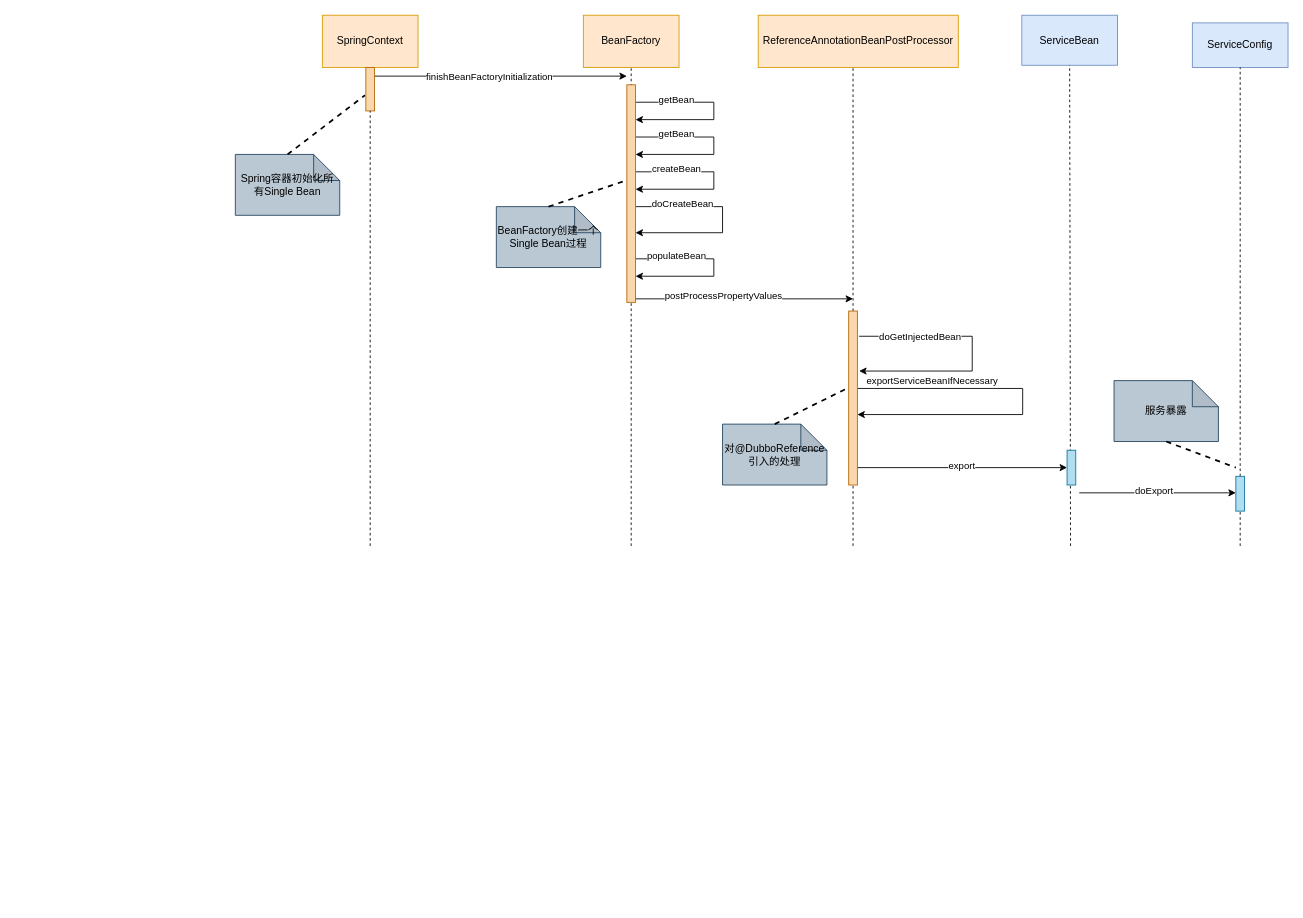
Before: dubbo-study.drawio in fufengchang/draw-diagrams, a draw.io diagram. Source tidied: cells renumbered, new cells numbered last; positions are measured from the earlier drawing's top-left corner, leaving out a move shared by most shapes. Both pictures are drawn from the tidied source at 87%, with x=0, y=0 at pixel (235, 15).
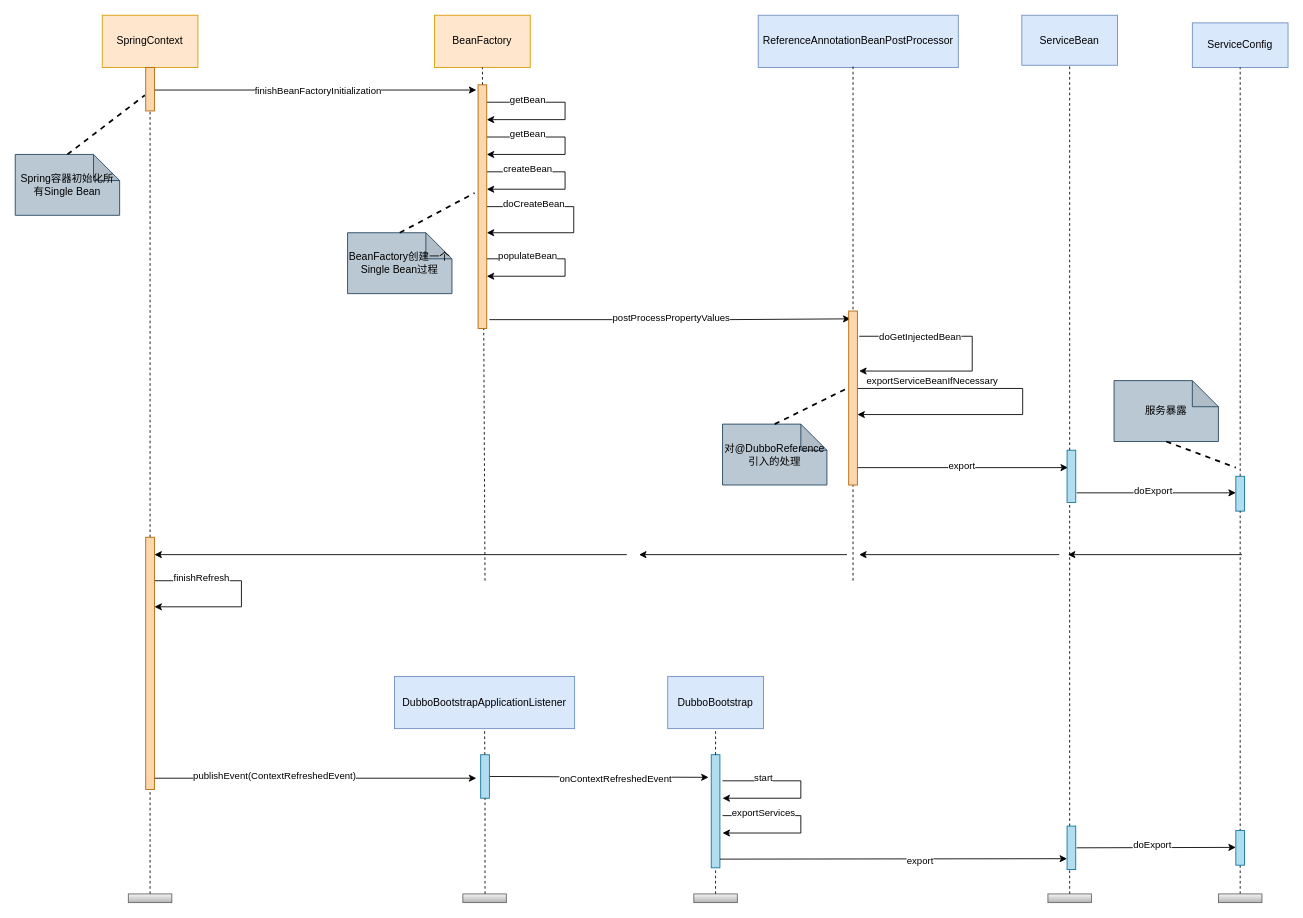
The same diagram, later.

The change refers to these unchanged cells:
```xml
<mxCell id="4" value="ServiceBean" style="whiteSpace=wrap;html=1;fillColor=#dae8fc;strokeColor=#6c8ebf;" parent="1" vertex="1">
  <mxGeometry x="904" width="110" height="57.5" as="geometry" />
</mxCell>
<mxCell id="51" style="rounded=0;whiteSpace=wrap;html=1;fillColor=#fad7ac;strokeColor=#b46504;" parent="1" vertex="1">
  <mxGeometry x="705" y="340" width="10" height="200" as="geometry" />
</mxCell>
<mxCell id="53" style="rounded=0;whiteSpace=wrap;html=1;fillColor=#b1ddf0;strokeColor=#10739e;" parent="1" vertex="1">
  <mxGeometry x="1150" y="530" width="10" height="40" as="geometry" />
</mxCell>
```

Diff of the diagram source:
```diff
@@
     <mxCell id="2" value="SpringContext" style="whiteSpace=wrap;html=1;fillColor=#ffe6cc;strokeColor=#d79b00;" parent="1" vertex="1">
-      <mxGeometry x="100" width="110" height="60" as="geometry" />
+      <mxGeometry x="-153" width="110" height="60" as="geometry" />
     </mxCell>
-    <mxCell id="3" value="ReferenceAnnotationBeanPostProcessor" style="whiteSpace=wrap;html=1;fillColor=#ffe6cc;strokeColor=#d79b00;" parent="1" vertex="1">
+    <mxCell id="3" value="ReferenceAnnotationBeanPostProcessor" style="whiteSpace=wrap;html=1;fillColor=#dae8fc;strokeColor=#6c8ebf;" parent="1" vertex="1">
       <mxGeometry x="601" width="230" height="60" as="geometry" />
     </mxCell>
@@
     <mxCell id="6" style="endArrow=none;html=1;rounded=0;entryX=0.474;entryY=0.985;entryDx=0;entryDy=0;entryPerimeter=0;dashed=1;" parent="1" edge="1" target="3">
       <mxGeometry relative="1" as="geometry">
-        <mxPoint x="710" y="610" as="sourcePoint" />
+        <mxPoint x="710" y="650" as="sourcePoint" />
       </mxGeometry>
     </mxCell>
@@
-    <mxCell id="12" style="endArrow=classic;html=1;rounded=0;entryX=0;entryY=0.5;entryDx=0;entryDy=0;" parent="1" edge="1" target="52">
+    <mxCell id="12" style="endArrow=classic;html=1;rounded=0;" parent="1" edge="1">
       <mxGeometry relative="1" as="geometry">
         <mxPoint x="710" y="520" as="sourcePoint" />
+        <mxPoint x="957" y="520" as="targetPoint" />
       </mxGeometry>
     </mxCell>
@@
-    <mxCell id="14" style="endArrow=classic;html=1;rounded=0;edgeStyle=elbowEdgeStyle;" parent="1" edge="1">
+    <mxCell id="14" style="endArrow=classic;html=1;rounded=0;exitX=1;exitY=0.5;exitDx=0;exitDy=0;" parent="1" edge="1">
       <mxGeometry relative="1" as="geometry">
-        <mxPoint x="160" y="70" as="sourcePoint" />
-        <mxPoint x="450" y="70" as="targetPoint" />
-        <Array as="points">
-          <mxPoint x="350" y="90" />
-        </Array>
+        <mxPoint x="-93" y="86" as="sourcePoint" />
+        <mxPoint x="277" y="86" as="targetPoint" />
       </mxGeometry>
     </mxCell>
     <mxCell id="15" value="finishBeanFactoryInitialization" style="edgeLabel;html=1;align=center;verticalAlign=middle;" parent="14" vertex="1">
       <mxGeometry x="0.17" y="3" relative="1" as="geometry">
-        <mxPoint x="-39" y="3" as="offset" />
+        <mxPoint x="-29" y="3" as="offset" />
       </mxGeometry>
     </mxCell>
     <mxCell id="16" style="endArrow=classic;html=1;rounded=0;edgeStyle=elbowEdgeStyle;" parent="1" edge="1">
       <mxGeometry relative="1" as="geometry">
-        <mxPoint x="460" y="140" as="sourcePoint" />
-        <mxPoint x="460" y="160" as="targetPoint" />
+        <mxPoint x="289" y="140" as="sourcePoint" />
+        <mxPoint x="289" y="160" as="targetPoint" />
         <Array as="points">
-          <mxPoint x="550" y="150" />
+          <mxPoint x="379" y="150" />
         </Array>
       </mxGeometry>
     </mxCell>
@@
     <mxCell id="19" style="endArrow=classic;html=1;rounded=0;edgeStyle=elbowEdgeStyle;" parent="1" edge="1">
       <mxGeometry relative="1" as="geometry">
-        <mxPoint x="460" y="180" as="sourcePoint" />
-        <mxPoint x="460" y="200" as="targetPoint" />
+        <mxPoint x="289" y="180" as="sourcePoint" />
+        <mxPoint x="289" y="200" as="targetPoint" />
         <Array as="points">
-          <mxPoint x="550" y="190" />
+          <mxPoint x="379" y="190" />
         </Array>
       </mxGeometry>
     </mxCell>
@@
     <mxCell id="22" style="endArrow=classic;html=1;rounded=0;edgeStyle=elbowEdgeStyle;" parent="1" edge="1">
       <mxGeometry relative="1" as="geometry">
-        <mxPoint x="460" y="220" as="sourcePoint" />
-        <mxPoint x="460" y="250" as="targetPoint" />
+        <mxPoint x="289" y="220" as="sourcePoint" />
+        <mxPoint x="289" y="250" as="targetPoint" />
         <Array as="points">
-          <mxPoint x="560" y="240" />
+          <mxPoint x="389" y="240" />
         </Array>
       </mxGeometry>
     </mxCell>
@@
     <mxCell id="25" value="BeanFactory" style="whiteSpace=wrap;html=1;fillColor=#ffe6cc;strokeColor=#d79b00;" parent="1" vertex="1">
-      <mxGeometry x="400" width="110" height="60" as="geometry" />
+      <mxGeometry x="229" width="110" height="60" as="geometry" />
     </mxCell>
     <mxCell id="26" style="endArrow=classic;html=1;rounded=0;edgeStyle=elbowEdgeStyle;" parent="1" edge="1">
       <mxGeometry relative="1" as="geometry">
-        <mxPoint x="460" y="100" as="sourcePoint" />
-        <mxPoint x="460" y="120" as="targetPoint" />
+        <mxPoint x="289" y="100" as="sourcePoint" />
+        <mxPoint x="289" y="120" as="targetPoint" />
         <Array as="points">
-          <mxPoint x="550" y="110" />
+          <mxPoint x="379" y="110" />
         </Array>
       </mxGeometry>
     </mxCell>
@@
     <mxCell id="29" style="endArrow=classic;html=1;rounded=0;edgeStyle=elbowEdgeStyle;" parent="1" edge="1">
       <mxGeometry relative="1" as="geometry">
-        <mxPoint x="460" y="280" as="sourcePoint" />
-        <mxPoint x="460" y="300" as="targetPoint" />
+        <mxPoint x="289" y="280" as="sourcePoint" />
+        <mxPoint x="289" y="300" as="targetPoint" />
         <Array as="points">
-          <mxPoint x="550" y="290" />
+          <mxPoint x="379" y="290" />
         </Array>
       </mxGeometry>
     </mxCell>
@@
-    <mxCell id="32" style="endArrow=classic;html=1;rounded=0;edgeStyle=elbowEdgeStyle;" parent="1" edge="1">
+    <mxCell id="32" style="endArrow=classic;html=1;rounded=0;edgeStyle=elbowEdgeStyle;entryX=0.2;entryY=0.045;entryDx=0;entryDy=0;entryPerimeter=0;exitX=1.3;exitY=0.964;exitDx=0;exitDy=0;exitPerimeter=0;" parent="1" edge="1" source="50" target="51">
       <mxGeometry relative="1" as="geometry">
-        <mxPoint x="460" y="326" as="sourcePoint" />
-        <mxPoint x="710" y="326" as="targetPoint" />
         <Array as="points">
-          <mxPoint x="550" y="336" />
+          <mxPoint x="560.5" y="350" />
         </Array>
       </mxGeometry>
     </mxCell>
     <mxCell id="33" style="edgeLabel;html=1;align=center;verticalAlign=middle;" parent="32" vertex="1">
       <mxGeometry x="0.17" y="3" relative="1" as="geometry">
-        <mxPoint x="-85" y="-43" as="offset" />
+        <mxPoint x="-256" y="-43" as="offset" />
       </mxGeometry>
     </mxCell>
     <mxCell id="34" value="postProcessPropertyValues" style="edgeLabel;html=1;align=center;verticalAlign=middle;" parent="32" vertex="1">
       <mxGeometry x="-0.54" y="4" relative="1" as="geometry">
-        <mxPoint x="43" as="offset" />
+        <mxPoint x="112" y="2" as="offset" />
       </mxGeometry>
     </mxCell>
@@
     <mxCell id="36" style="endArrow=none;html=1;rounded=0;entryX=0.5;entryY=1;entryDx=0;entryDy=0;dashed=1;startArrow=none;" parent="1" edge="1" target="4">
       <mxGeometry relative="1" as="geometry">
-        <mxPoint x="960" y="610" as="sourcePoint" />
+        <mxPoint x="959" y="1010" as="sourcePoint" />
       </mxGeometry>
     </mxCell>
     <mxCell id="37" style="endArrow=none;html=1;rounded=0;entryX=0.5;entryY=1;entryDx=0;entryDy=0;dashed=1;" parent="1" edge="1" target="25">
       <mxGeometry relative="1" as="geometry">
-        <mxPoint x="455" y="610" as="sourcePoint" />
+        <mxPoint x="287" y="650" as="sourcePoint" />
       </mxGeometry>
     </mxCell>
     <mxCell id="38" style="endArrow=classic;html=1;rounded=0;" parent="1" edge="1">
       <mxGeometry relative="1" as="geometry">
-        <mxPoint x="970" y="549" as="sourcePoint" />
+        <mxPoint x="967" y="549" as="sourcePoint" />
         <mxPoint x="1150" y="549" as="targetPoint" />
       </mxGeometry>
     </mxCell>
@@
     <mxCell id="40" value="Spring容器初始化所有Single Bean" style="shape=note;whiteSpace=wrap;html=1;backgroundOutline=1;darkOpacity=0.05;fillColor=#bac8d3;strokeColor=#23445d;" parent="1" vertex="1">
-      <mxGeometry y="160" width="120" height="70" as="geometry" />
+      <mxGeometry x="-253" y="160" width="120" height="70" as="geometry" />
     </mxCell>
@@
     <mxCell id="42" value="BeanFactory创建一个Single Bean过程" style="shape=note;whiteSpace=wrap;html=1;backgroundOutline=1;darkOpacity=0.05;fillColor=#bac8d3;strokeColor=#23445d;" parent="1" vertex="1">
-      <mxGeometry x="300" y="220" width="120" height="70" as="geometry" />
+      <mxGeometry x="129" y="250" width="120" height="70" as="geometry" />
     </mxCell>
@@
+    <mxCell id="55" style="edgeStyle=elbowEdgeStyle;rounded=0;jettySize=auto;html=1;strokeWidth=2;" parent="1" edge="1" source="48" target="2">
+      <mxGeometry relative="1" as="geometry" />
+    </mxCell>
+    <mxCell id="56" style="edgeStyle=elbowEdgeStyle;rounded=0;jettySize=auto;html=1;strokeWidth=2;" parent="1" edge="1" source="48" target="2">
+      <mxGeometry relative="1" as="geometry" />
+    </mxCell>
     <mxCell id="48" style="rounded=0;whiteSpace=wrap;html=1;fillColor=#fad7ac;strokeColor=#b46504;" parent="1" vertex="1">
-      <mxGeometry x="150" y="60" width="10" height="50" as="geometry" />
+      <mxGeometry x="-103" y="60" width="10" height="50" as="geometry" />
     </mxCell>
-    <mxCell id="49" style="endArrow=none;html=1;rounded=0;entryX=0.5;entryY=1;entryDx=0;entryDy=0;dashed=1;" parent="1" edge="1" target="48">
-      <mxGeometry relative="1" as="geometry">
-        <mxPoint x="155" y="610" as="sourcePoint" />
-      </mxGeometry>
+    <mxCell id="49" style="endArrow=none;html=1;rounded=0;entryX=0.5;entryY=1;entryDx=0;entryDy=0;dashed=1;startArrow=none;" parent="1" edge="1" source="75" target="48">
+      <mxGeometry relative="1" as="geometry" />
     </mxCell>
     <mxCell id="50" style="rounded=0;whiteSpace=wrap;html=1;fillColor=#fad7ac;strokeColor=#b46504;" parent="1" vertex="1">
-      <mxGeometry x="450" y="80" width="10" height="250" as="geometry" />
+      <mxGeometry x="279" y="80" width="10" height="280" as="geometry" />
     </mxCell>
@@
     <mxCell id="52" style="rounded=0;whiteSpace=wrap;html=1;fillColor=#b1ddf0;strokeColor=#10739e;" parent="1" vertex="1">
-      <mxGeometry x="956" y="500" width="10" height="40" as="geometry" />
+      <mxGeometry x="956" y="500" width="10" height="60" as="geometry" />
     </mxCell>
@@
     <mxCell id="54" style="endArrow=none;html=1;rounded=0;entryX=0.5;entryY=1;entryDx=0;entryDy=0;dashed=1;" parent="1" edge="1" target="53">
       <mxGeometry relative="1" as="geometry">
-        <mxPoint x="1155" y="610" as="sourcePoint" />
+        <mxPoint x="1155" y="1010" as="sourcePoint" />
       </mxGeometry>
     </mxCell>
+    <mxCell id="57" value="DubboBootstrapApplicationListener" style="whiteSpace=wrap;html=1;fillColor=#dae8fc;strokeColor=#6c8ebf;" parent="1" vertex="1">
+      <mxGeometry x="183" y="760" width="207" height="60" as="geometry" />
+    </mxCell>
+    <mxCell id="58" style="endArrow=none;html=1;rounded=0;entryX=0.5;entryY=1;entryDx=0;entryDy=0;dashed=1;startArrow=none;" parent="1" edge="1" source="61" target="57">
+      <mxGeometry relative="1" as="geometry" />
+    </mxCell>
+    <mxCell id="59" style="edgeStyle=none;rounded=0;jettySize=auto;html=1;exitX=1;exitY=0.5;exitDx=0;exitDy=0;strokeWidth=1;entryX=-0.3;entryY=0.2;entryDx=0;entryDy=0;entryPerimeter=0;" parent="1" edge="1" source="61" target="74">
+      <mxGeometry relative="1" as="geometry" />
+    </mxCell>
+    <mxCell id="60" value="onContextRefreshedEvent" style="edgeLabel;html=1;align=center;verticalAlign=middle;" parent="59" vertex="1">
+      <mxGeometry x="0.15" y="-2" relative="1" as="geometry" />
+    </mxCell>
+    <mxCell id="61" style="rounded=0;whiteSpace=wrap;html=1;fillColor=#b1ddf0;strokeColor=#10739e;" parent="1" vertex="1">
+      <mxGeometry x="282" y="850" width="10" height="50" as="geometry" />
+    </mxCell>
+    <mxCell id="62" style="endArrow=classic;html=1;rounded=0;strokeWidth=1;" parent="1" edge="1">
+      <mxGeometry relative="1" as="geometry">
+        <mxPoint x="1157" y="620" as="sourcePoint" />
+        <mxPoint x="957" y="620" as="targetPoint" />
+      </mxGeometry>
+    </mxCell>
+    <mxCell id="63" style="endArrow=classic;html=1;rounded=0;strokeWidth=1;" parent="1" edge="1">
+      <mxGeometry relative="1" as="geometry">
+        <mxPoint x="947" y="620" as="sourcePoint" />
+        <mxPoint x="717" y="620" as="targetPoint" />
+      </mxGeometry>
+    </mxCell>
+    <mxCell id="64" style="endArrow=classic;html=1;rounded=0;strokeWidth=1;" parent="1" edge="1">
+      <mxGeometry relative="1" as="geometry">
+        <mxPoint x="703" y="620" as="sourcePoint" />
+        <mxPoint x="464" y="620" as="targetPoint" />
+      </mxGeometry>
+    </mxCell>
+    <mxCell id="65" style="endArrow=classic;html=1;rounded=0;strokeWidth=1;" parent="1" edge="1">
+      <mxGeometry relative="1" as="geometry">
+        <mxPoint x="450" y="620" as="sourcePoint" />
+        <mxPoint x="-93" y="620" as="targetPoint" />
+      </mxGeometry>
+    </mxCell>
+    <mxCell id="66" style="endArrow=classic;html=1;rounded=0;edgeStyle=elbowEdgeStyle;" parent="1" edge="1">
+      <mxGeometry relative="1" as="geometry">
+        <mxPoint x="-93" y="650" as="sourcePoint" />
+        <mxPoint x="-93" y="680" as="targetPoint" />
+        <Array as="points">
+          <mxPoint x="7" y="670" />
+        </Array>
+      </mxGeometry>
+    </mxCell>
+    <mxCell id="67" style="edgeLabel;html=1;align=center;verticalAlign=middle;" parent="66" vertex="1">
+      <mxGeometry x="0.17" y="3" relative="1" as="geometry">
+        <mxPoint x="-85" y="-43" as="offset" />
+      </mxGeometry>
+    </mxCell>
+    <mxCell id="68" value="finishRefresh" style="edgeLabel;html=1;align=center;verticalAlign=middle;" parent="66" vertex="1">
+      <mxGeometry x="-0.54" y="4" relative="1" as="geometry" />
+    </mxCell>
+    <mxCell id="69" style="endArrow=classic;html=1;rounded=0;" parent="1" edge="1">
+      <mxGeometry relative="1" as="geometry">
+        <mxPoint x="-103" y="877" as="sourcePoint" />
+        <mxPoint x="277" y="877" as="targetPoint" />
+      </mxGeometry>
+    </mxCell>
+    <mxCell id="70" style="edgeLabel;html=1;align=center;verticalAlign=middle;" parent="69" vertex="1">
+      <mxGeometry x="0.17" y="3" relative="1" as="geometry">
+        <mxPoint x="-85" y="-43" as="offset" />
+      </mxGeometry>
+    </mxCell>
+    <mxCell id="71" value="publishEvent(ContextRefreshedEvent)" style="edgeLabel;html=1;align=center;verticalAlign=middle;" parent="69" vertex="1">
+      <mxGeometry x="-0.54" y="4" relative="1" as="geometry">
+        <mxPoint x="60" as="offset" />
+      </mxGeometry>
+    </mxCell>
+    <mxCell id="72" style="endArrow=none;html=1;rounded=0;entryX=0.5;entryY=1;entryDx=0;entryDy=0;dashed=1;startArrow=none;" parent="1" edge="1" target="61">
+      <mxGeometry relative="1" as="geometry">
+        <mxPoint x="287" y="1010" as="sourcePoint" />
+      </mxGeometry>
+    </mxCell>
+    <mxCell id="73" value="DubboBootstrap" style="whiteSpace=wrap;html=1;fillColor=#dae8fc;strokeColor=#6c8ebf;" parent="1" vertex="1">
+      <mxGeometry x="497" y="760" width="110" height="60" as="geometry" />
+    </mxCell>
+    <mxCell id="74" style="rounded=0;whiteSpace=wrap;html=1;fillColor=#b1ddf0;strokeColor=#10739e;" parent="1" vertex="1">
+      <mxGeometry x="547" y="850" width="10" height="130" as="geometry" />
+    </mxCell>
+    <mxCell id="75" style="rounded=0;whiteSpace=wrap;html=1;fillColor=#fad7ac;strokeColor=#b46504;" parent="1" vertex="1">
+      <mxGeometry x="-103" y="600" width="10" height="290" as="geometry" />
+    </mxCell>
+    <mxCell id="76" style="endArrow=none;html=1;rounded=0;entryX=0.5;entryY=1;entryDx=0;entryDy=0;dashed=1;" parent="1" edge="1" target="75">
+      <mxGeometry relative="1" as="geometry">
+        <mxPoint x="-98" y="1010" as="sourcePoint" />
+      </mxGeometry>
+    </mxCell>
+    <mxCell id="77" style="endArrow=none;html=1;rounded=0;entryX=0.5;entryY=1;entryDx=0;entryDy=0;dashed=1;startArrow=none;exitX=0.5;exitY=0;exitDx=0;exitDy=0;" parent="1" edge="1" source="74" target="73">
+      <mxGeometry relative="1" as="geometry" />
+    </mxCell>
+    <mxCell id="78" style="endArrow=none;html=1;rounded=0;dashed=1;startArrow=none;" parent="1" edge="1">
+      <mxGeometry relative="1" as="geometry">
+        <mxPoint x="552" y="1010" as="sourcePoint" />
+        <mxPoint x="552" y="980" as="targetPoint" />
+      </mxGeometry>
+    </mxCell>
+    <mxCell id="79" style="rounded=0;whiteSpace=wrap;html=1;fillColor=#b1ddf0;strokeColor=#10739e;" parent="1" vertex="1">
+      <mxGeometry x="956" y="932" width="10" height="50" as="geometry" />
+    </mxCell>
+    <mxCell id="80" style="endArrow=classic;html=1;rounded=0;edgeStyle=elbowEdgeStyle;" parent="1" edge="1">
+      <mxGeometry relative="1" as="geometry">
+        <mxPoint x="560" y="880" as="sourcePoint" />
+        <mxPoint x="560" y="900" as="targetPoint" />
+        <Array as="points">
+          <mxPoint x="650" y="890" />
+        </Array>
+      </mxGeometry>
+    </mxCell>
+    <mxCell id="81" style="edgeLabel;html=1;align=center;verticalAlign=middle;" parent="80" vertex="1">
+      <mxGeometry x="0.17" y="3" relative="1" as="geometry">
+        <mxPoint x="-85" y="-43" as="offset" />
+      </mxGeometry>
+    </mxCell>
+    <mxCell id="82" value="start" style="edgeLabel;html=1;align=center;verticalAlign=middle;" parent="80" vertex="1">
+      <mxGeometry x="-0.54" y="4" relative="1" as="geometry" />
+    </mxCell>
+    <mxCell id="83" style="endArrow=classic;html=1;rounded=0;edgeStyle=elbowEdgeStyle;" parent="1" edge="1">
+      <mxGeometry relative="1" as="geometry">
+        <mxPoint x="560" y="920" as="sourcePoint" />
+        <mxPoint x="560" y="940" as="targetPoint" />
+        <Array as="points">
+          <mxPoint x="650" y="930" />
+        </Array>
+      </mxGeometry>
+    </mxCell>
+    <mxCell id="84" style="edgeLabel;html=1;align=center;verticalAlign=middle;" parent="83" vertex="1">
+      <mxGeometry x="0.17" y="3" relative="1" as="geometry">
+        <mxPoint x="-85" y="-43" as="offset" />
+      </mxGeometry>
+    </mxCell>
+    <mxCell id="85" value="exportServices" style="edgeLabel;html=1;align=center;verticalAlign=middle;" parent="83" vertex="1">
+      <mxGeometry x="-0.54" y="4" relative="1" as="geometry" />
+    </mxCell>
+    <mxCell id="86" style="edgeStyle=none;rounded=0;jettySize=auto;html=1;exitX=1;exitY=0.5;exitDx=0;exitDy=0;strokeWidth=1;entryX=0;entryY=0.75;entryDx=0;entryDy=0;" parent="1" edge="1" target="79">
+      <mxGeometry relative="1" as="geometry">
+        <mxPoint x="557" y="970" as="sourcePoint" />
+      </mxGeometry>
+    </mxCell>
+    <mxCell id="87" value="export" style="edgeLabel;html=1;align=center;verticalAlign=middle;" parent="86" vertex="1">
+      <mxGeometry x="0.15" y="-2" relative="1" as="geometry" />
+    </mxCell>
+    <mxCell id="88" style="endArrow=classic;html=1;rounded=0;" parent="1" edge="1">
+      <mxGeometry relative="1" as="geometry">
+        <mxPoint x="967" y="957" as="sourcePoint" />
+        <mxPoint x="1150" y="956.5" as="targetPoint" />
+      </mxGeometry>
+    </mxCell>
+    <mxCell id="89" value="doExport" style="edgeLabel;html=1;align=center;verticalAlign=middle;" parent="88" vertex="1">
+      <mxGeometry x="0.17" y="3" relative="1" as="geometry">
+        <mxPoint x="-20" as="offset" />
+      </mxGeometry>
+    </mxCell>
+    <mxCell id="90" style="rounded=0;whiteSpace=wrap;html=1;fillColor=#b1ddf0;strokeColor=#10739e;" parent="1" vertex="1">
+      <mxGeometry x="1150" y="937" width="10" height="40" as="geometry" />
+    </mxCell>
+    <mxCell id="91" style="rounded=0;whiteSpace=wrap;html=1;fillColor=#f5f5f5;gradientColor=#b3b3b3;strokeColor=#666666;" parent="1" vertex="1">
+      <mxGeometry x="-123" y="1010" width="50" height="10" as="geometry" />
+    </mxCell>
+    <mxCell id="92" style="rounded=0;whiteSpace=wrap;html=1;fillColor=#f5f5f5;gradientColor=#b3b3b3;strokeColor=#666666;" parent="1" vertex="1">
+      <mxGeometry x="261.5" y="1010" width="50" height="10" as="geometry" />
+    </mxCell>
+    <mxCell id="93" style="rounded=0;whiteSpace=wrap;html=1;fillColor=#f5f5f5;gradientColor=#b3b3b3;strokeColor=#666666;" parent="1" vertex="1">
+      <mxGeometry x="527" y="1010" width="50" height="10" as="geometry" />
+    </mxCell>
+    <mxCell id="94" style="rounded=0;whiteSpace=wrap;html=1;fillColor=#f5f5f5;gradientColor=#b3b3b3;strokeColor=#666666;" parent="1" vertex="1">
+      <mxGeometry x="934" y="1010" width="50" height="10" as="geometry" />
+    </mxCell>
+    <mxCell id="95" style="rounded=0;whiteSpace=wrap;html=1;fillColor=#f5f5f5;gradientColor=#b3b3b3;strokeColor=#666666;" parent="1" vertex="1">
+      <mxGeometry x="1130" y="1010" width="50" height="10" as="geometry" />
+    </mxCell>
```
